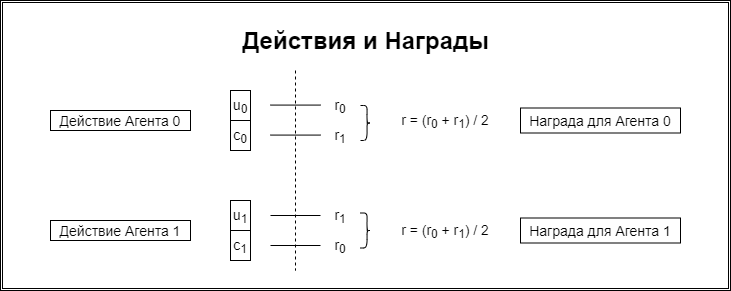
Before: my_folder/images/ch4/actions_and_rewards.png, a diagram exported from draw.io (baradist/my-thesis). Source tidied: cells renumbered, new cells last; positions are measured from the earlier drawing's top-left corner, leaving out a move shared by most shapes.
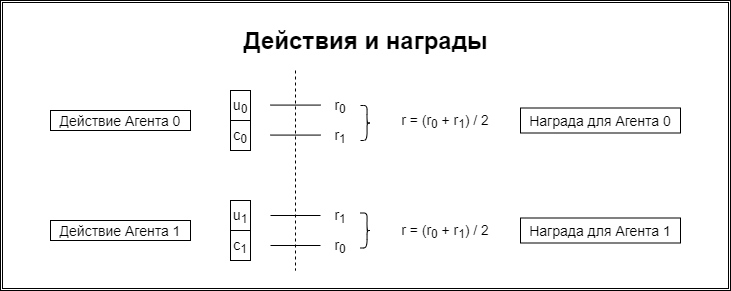
Later version of the same file.

The edit, as a diff of the source:
```diff
@@ -5,7 +5,7 @@
     <mxCell id="2" style="shape=ext;double=1;rounded=0;whiteSpace=wrap;html=1;" parent="1" vertex="1">
       <mxGeometry width="730" height="290" as="geometry" />
     </mxCell>
-    <mxCell id="3" value="Действия и Награды" style="text;strokeColor=none;fillColor=none;html=1;fontSize=24;fontStyle=1;verticalAlign=middle;align=center;" parent="1" vertex="1">
+    <mxCell id="3" value="Действия и награды" style="text;strokeColor=none;fillColor=none;html=1;fontSize=24;fontStyle=1;verticalAlign=middle;align=center;" parent="1" vertex="1">
       <mxGeometry x="145" y="20" width="440" height="40" as="geometry" />
     </mxCell>
     <mxCell id="4" value="Действие Агента 0" style="rounded=0;whiteSpace=wrap;html=1;fontSize=14;" parent="1" vertex="1">
```
